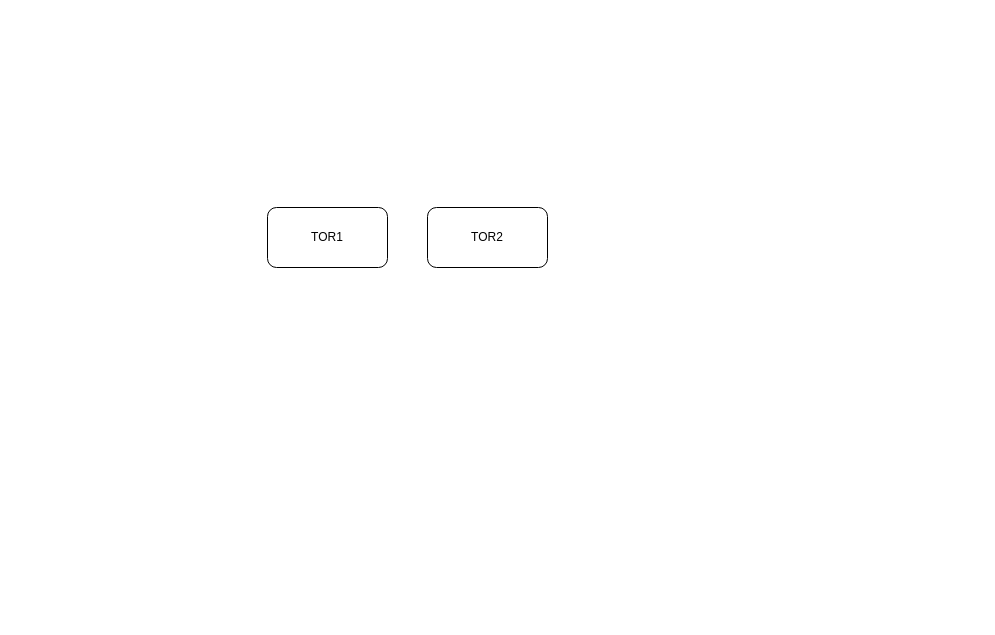
alanbenner/benchmarks keeps this draw.io diagram as Untitled Diagram.drawio. Above is the earlier version. Source tidied: cells renumbered, new cells numbered last; positions are measured from the earlier drawing's top-left corner, leaving out a move shared by most shapes. Both pictures are drawn from the tidied source at 100%, with x=0, y=0 at pixel (267, 207).
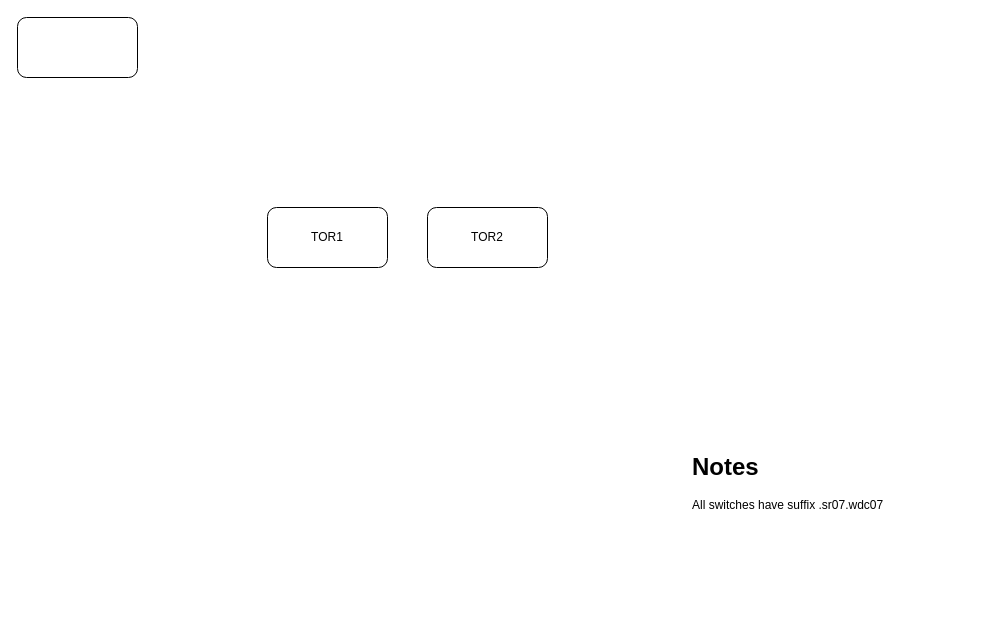
The same diagram, later.

What changed in the source:
```diff
@@
 <mxGraphModel>
   <root>
     <mxCell id="0" />
     <mxCell id="1" parent="0" />
     <mxCell id="2" value="&lt;div&gt;TOR2&lt;/div&gt;" style="rounded=1;whiteSpace=wrap;html=1;" parent="1" vertex="1">
       <mxGeometry x="160" width="120" height="60" as="geometry" />
     </mxCell>
     <mxCell id="3" value="TOR1" style="rounded=1;whiteSpace=wrap;html=1;" parent="1" vertex="1">
       <mxGeometry width="120" height="60" as="geometry" />
     </mxCell>
+    <mxCell id="4" style="rounded=1;whiteSpace=wrap;html=1;" parent="1" vertex="1">
+      <mxGeometry x="-250" y="-190" width="120" height="60" as="geometry" />
+    </mxCell>
+    <mxCell id="5" value="&lt;h1&gt;Notes&lt;/h1&gt;&lt;p&gt;All switches have suffix .sr07.wdc07&lt;br&gt;&lt;/p&gt;" style="text;html=1;strokeColor=none;fillColor=none;spacing=5;spacingTop=-20;whiteSpace=wrap;overflow=hidden;rounded=0;" parent="1" vertex="1">
+      <mxGeometry x="420" y="240" width="290" height="170" as="geometry" />
+    </mxCell>
   </root>
 </mxGraphModel>
```
